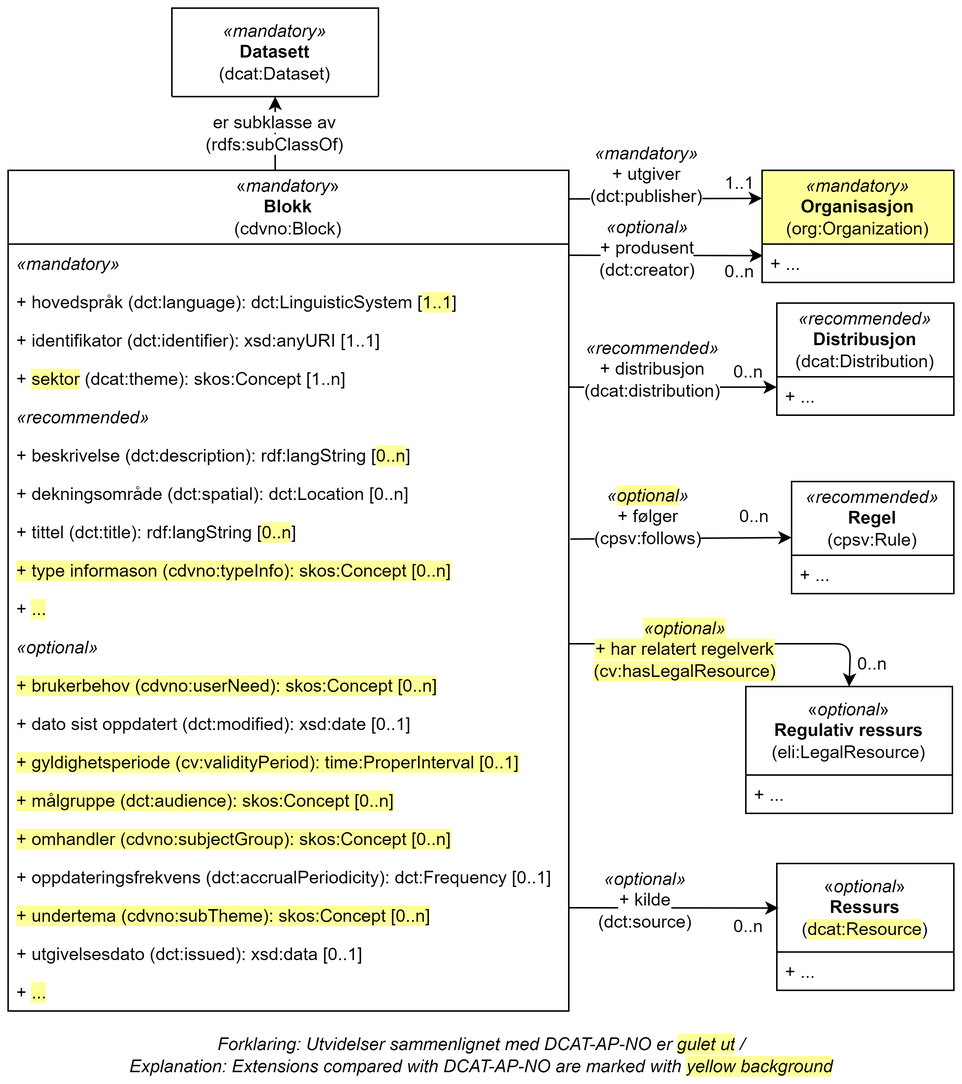
Above: docs/images/cdvno-block.png in Informasjonsforvaltning/cdvno (draw.io), before the change. Source tidied: cells renumbered, new cells last; positions are measured from the earlier drawing's top-left corner, leaving out a move shared by most shapes.
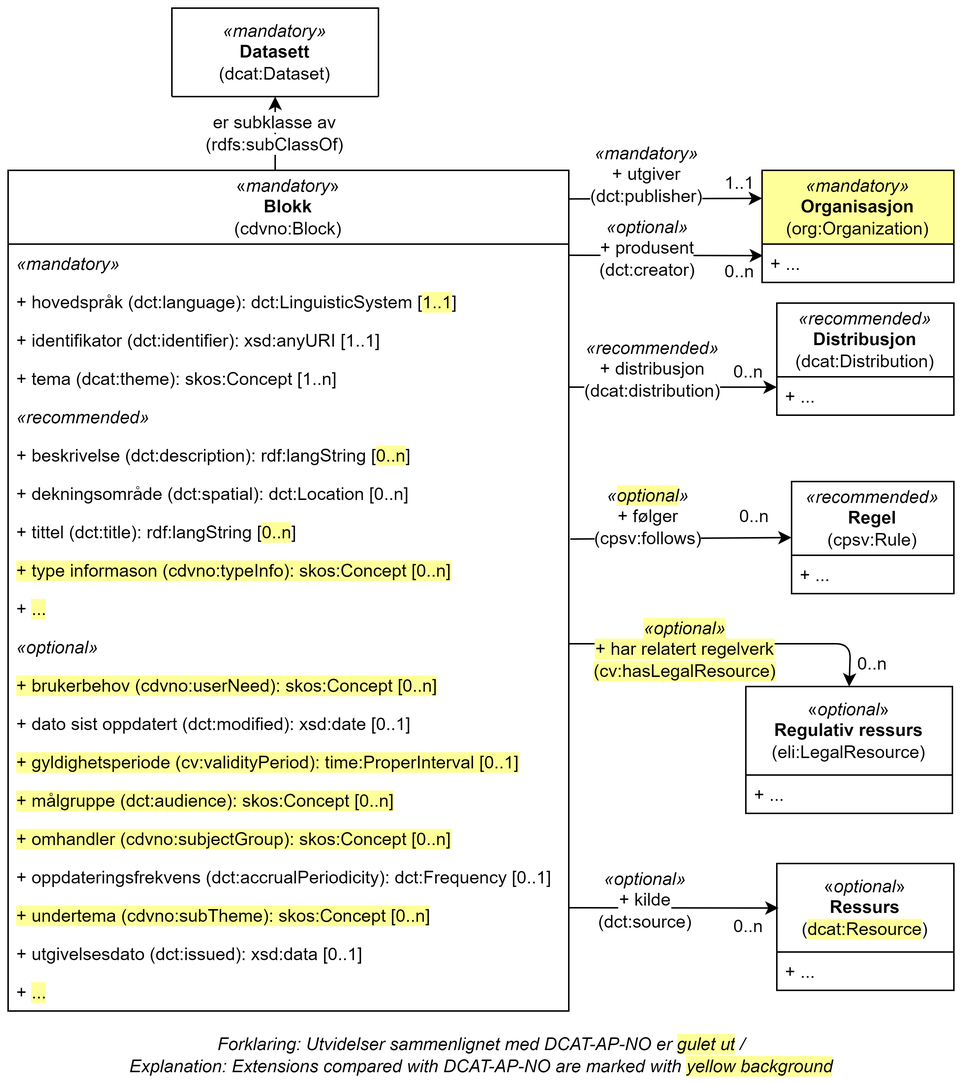
After the commit.

What changed in the source:
```diff
@@ -66,7 +66,7 @@
     <mxCell id="21" value="+ identifikator (dct:identifier): xsd:anyURI [1..1]" style="text;strokeColor=none;fillColor=none;align=left;verticalAlign=top;spacingLeft=4;spacingRight=4;overflow=hidden;whiteSpace=wrap;html=1;" parent="18" vertex="1">
       <mxGeometry y="102" width="380" height="26" as="geometry" />
     </mxCell>
-    <mxCell id="22" value="+ &lt;span style=&quot;background-color: rgb(255, 255, 153);&quot;&gt;sektor&lt;/span&gt; (dcat:theme): skos:Concept [1..n]" style="text;strokeColor=none;fillColor=none;align=left;verticalAlign=top;spacingLeft=4;spacingRight=4;overflow=hidden;whiteSpace=wrap;html=1;" parent="18" vertex="1">
+    <mxCell id="22" value="+ tema&amp;nbsp;(dcat:theme): skos:Concept [1..n]" style="text;strokeColor=none;fillColor=none;align=left;verticalAlign=top;spacingLeft=4;spacingRight=4;overflow=hidden;whiteSpace=wrap;html=1;" parent="18" vertex="1">
       <mxGeometry y="128" width="380" height="26" as="geometry" />
     </mxCell>
     <mxCell id="23" value="&lt;i&gt;«recommended»&lt;/i&gt;" style="text;strokeColor=none;fillColor=none;align=left;verticalAlign=top;spacingLeft=4;spacingRight=4;overflow=hidden;whiteSpace=wrap;html=1;" parent="18" vertex="1">
```
